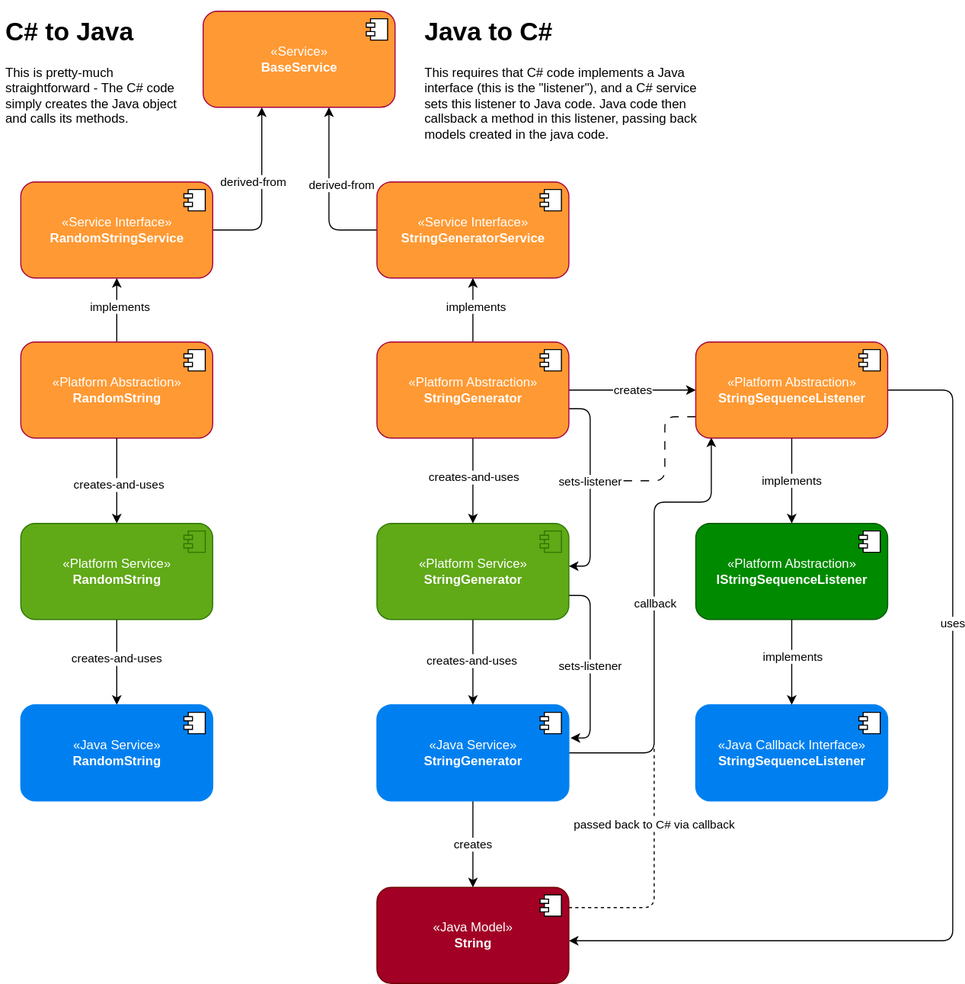
Above: img/arch.drawio.svg in arvindd/MauiAppJnilibSample (draw.io), before the change. Source tidied: cells renumbered, new cells last; positions are measured from the earlier drawing's top-left corner, leaving out a move shared by most shapes.
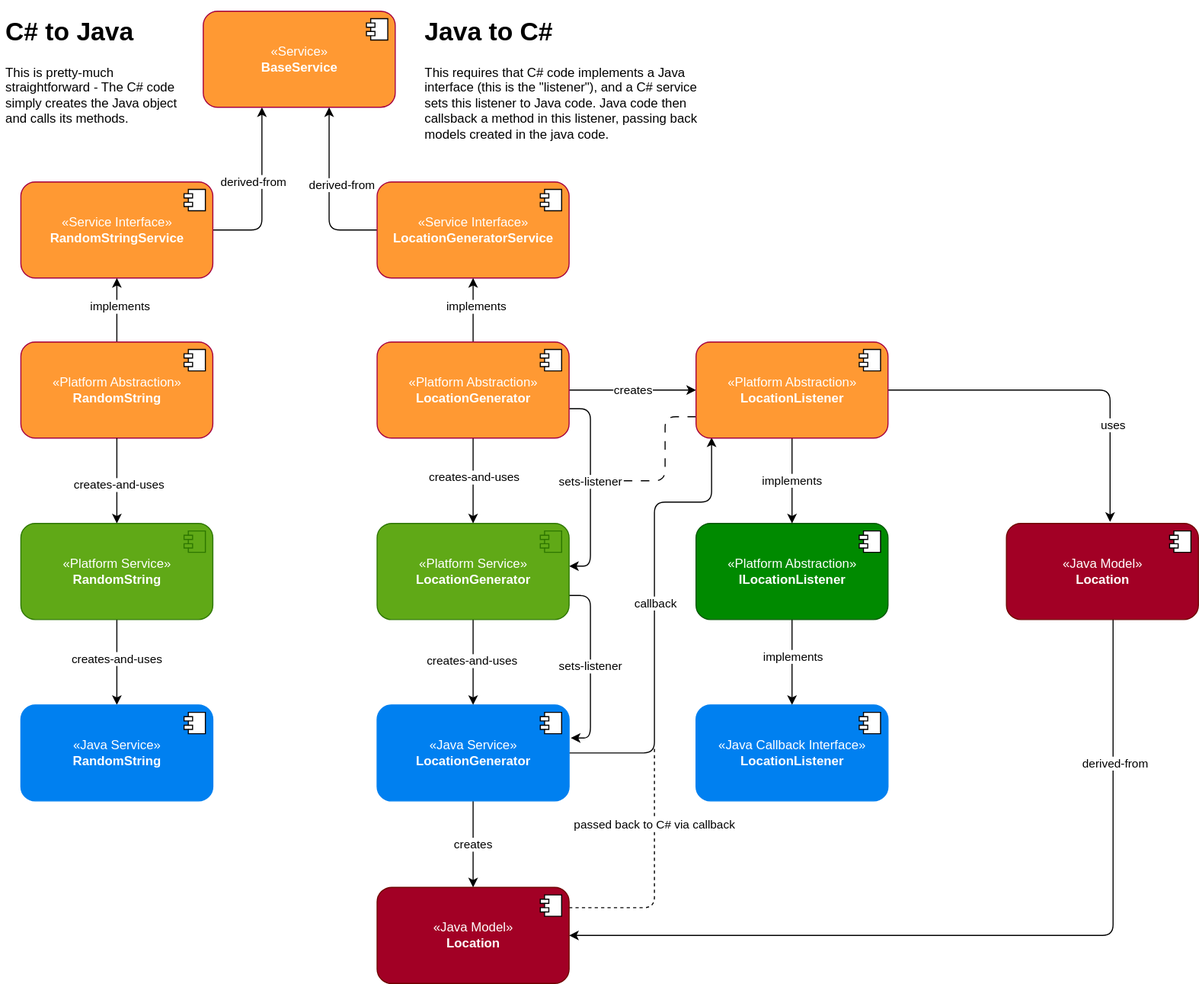
The same file after the commit.

Commit message:
Changed architecture diagram to reflect Location generation.

Change to the diagram source:
```diff
@@ -89,7 +89,7 @@
         <mxPoint x="12" as="offset" />
       </mxGeometry>
     </mxCell>
-    <mxCell id="22" value="«Service Interface»&lt;br&gt;&lt;b&gt;StringGeneratorService&lt;/b&gt;" style="html=1;fillColor=#FF9933;fontColor=#ffffff;strokeColor=#A50040;rounded=1;" parent="1" vertex="1">
+    <mxCell id="22" value="«Service Interface»&lt;br&gt;&lt;b&gt;LocationGeneratorService&lt;/b&gt;" style="html=1;fillColor=#FF9933;fontColor=#ffffff;strokeColor=#A50040;rounded=1;" parent="1" vertex="1">
       <mxGeometry x="353" y="160" width="180" height="90" as="geometry" />
     </mxCell>
     <mxCell id="23" style="shape=module;jettyWidth=8;jettyHeight=4;rounded=1;" parent="22" vertex="1">
@@ -125,7 +125,7 @@
         <mxPoint y="1" as="offset" />
       </mxGeometry>
     </mxCell>
-    <mxCell id="30" value="«Platform Abstraction»&lt;br&gt;&lt;b&gt;StringGenerator&lt;/b&gt;" style="html=1;fillColor=#FF9933;fontColor=#ffffff;strokeColor=#A50040;rounded=1;" parent="1" vertex="1">
+    <mxCell id="30" value="«Platform Abstraction»&lt;br&gt;&lt;b&gt;LocationGenerator&lt;/b&gt;" style="html=1;fillColor=#FF9933;fontColor=#ffffff;strokeColor=#A50040;rounded=1;" parent="1" vertex="1">
       <mxGeometry x="353" y="310" width="180" height="90" as="geometry" />
     </mxCell>
     <mxCell id="31" style="shape=module;jettyWidth=8;jettyHeight=4;rounded=1;" parent="30" vertex="1">
@@ -150,7 +150,7 @@
     <mxCell id="34" value="creates" style="edgeStyle=orthogonalEdgeStyle;rounded=1;jettySize=auto;html=1;entryX=0.5;entryY=0;entryDx=0;entryDy=0;startArrow=none;startFill=0;endArrow=classic;endFill=1;" parent="1" edge="1" source="35" target="54">
       <mxGeometry relative="1" as="geometry" />
     </mxCell>
-    <mxCell id="35" value="«Java Service»&lt;br&gt;&lt;b&gt;StringGenerator&lt;/b&gt;" style="html=1;fillColor=#0080F0;fontColor=#ffffff;strokeColor=#0080F0;rounded=1;" parent="1" vertex="1">
+    <mxCell id="35" value="«Java Service»&lt;br&gt;&lt;b&gt;LocationGenerator&lt;/b&gt;" style="html=1;fillColor=#0080F0;fontColor=#ffffff;strokeColor=#0080F0;rounded=1;" parent="1" vertex="1">
       <mxGeometry x="353" y="650" width="180" height="90" as="geometry" />
     </mxCell>
     <mxCell id="36" style="shape=module;jettyWidth=8;jettyHeight=4;rounded=1;" parent="35" vertex="1">
@@ -158,7 +158,7 @@
         <mxPoint x="-27" y="7" as="offset" />
       </mxGeometry>
     </mxCell>
-    <mxCell id="37" value="«Java Callback Interface»&lt;br&gt;&lt;b&gt;StringSequenceListener&lt;/b&gt;" style="html=1;fillColor=#0080F0;fontColor=#ffffff;strokeColor=#0080F0;rounded=1;" parent="1" vertex="1">
+    <mxCell id="37" value="«Java Callback Interface»&lt;br&gt;&lt;b&gt;LocationListener&lt;/b&gt;" style="html=1;fillColor=#0080F0;fontColor=#ffffff;strokeColor=#0080F0;rounded=1;" parent="1" vertex="1">
       <mxGeometry x="652" y="650" width="180" height="90" as="geometry" />
     </mxCell>
     <mxCell id="38" style="shape=module;jettyWidth=8;jettyHeight=4;rounded=1;" parent="37" vertex="1">
@@ -182,7 +182,7 @@
         </Array>
       </mxGeometry>
     </mxCell>
-    <mxCell id="42" value="«Platform Service»&lt;br&gt;&lt;b&gt;StringGenerator&lt;/b&gt;" style="html=1;fillColor=#60a917;fontColor=#ffffff;strokeColor=#2D7600;rounded=1;" parent="1" vertex="1">
+    <mxCell id="42" value="«Platform Service»&lt;br&gt;&lt;b&gt;LocationGenerator&lt;/b&gt;" style="html=1;fillColor=#60a917;fontColor=#ffffff;strokeColor=#2D7600;rounded=1;" parent="1" vertex="1">
       <mxGeometry x="353" y="480" width="180" height="90" as="geometry" />
     </mxCell>
     <mxCell id="43" style="shape=module;jettyWidth=8;jettyHeight=4;rounded=1;fillColor=#60a917;fontColor=#ffffff;strokeColor=#2D7600;" parent="42" vertex="1">
@@ -198,7 +198,7 @@
         <mxPoint y="5" as="offset" />
       </mxGeometry>
     </mxCell>
-    <mxCell id="46" value="«Platform Abstraction»&lt;br&gt;&lt;b&gt;IStringSequenceListener&lt;/b&gt;" style="html=1;fillColor=#008a00;fontColor=#ffffff;strokeColor=#005700;rounded=1;" parent="1" vertex="1">
+    <mxCell id="46" value="«Platform Abstraction»&lt;br&gt;&lt;b&gt;ILocationListener&lt;/b&gt;" style="html=1;fillColor=#008a00;fontColor=#ffffff;strokeColor=#005700;rounded=1;" parent="1" vertex="1">
       <mxGeometry x="652" y="480" width="180" height="90" as="geometry" />
     </mxCell>
     <mxCell id="47" style="shape=module;jettyWidth=8;jettyHeight=4;rounded=1;" parent="46" vertex="1">
@@ -218,15 +218,13 @@
         </Array>
       </mxGeometry>
     </mxCell>
+    <mxCell id="58" style="edgeStyle=orthogonalEdgeStyle;rounded=1;jettySize=auto;html=1;entryX=0.54;entryY=-0.016;entryDx=0;entryDy=0;entryPerimeter=0;" parent="1" edge="1" source="51" target="61">
+      <mxGeometry relative="1" as="geometry" />
+    </mxCell>
-    <mxCell id="50" value="uses" style="edgeStyle=orthogonalEdgeStyle;rounded=1;jettySize=auto;html=1;entryX=1;entryY=0.556;entryDx=0;entryDy=0;startArrow=none;startFill=0;endArrow=classic;endFill=1;entryPerimeter=0;" parent="1" edge="1" source="51" target="54">
-      <mxGeometry x="-0.4" relative="1" as="geometry">
-        <Array as="points">
-          <mxPoint x="893" y="355" />
-          <mxPoint x="893" y="871" />
-        </Array>
-      </mxGeometry>
+    <mxCell id="50" value="uses" style="edgeLabel;html=1;align=center;verticalAlign=middle;" parent="58" vertex="1">
+      <mxGeometry x="0.45" y="2" relative="1" as="geometry" />
     </mxCell>
-    <mxCell id="51" value="«Platform Abstraction»&lt;br&gt;&lt;b&gt;StringSequenceListener&lt;/b&gt;" style="html=1;fillColor=#FF9933;fontColor=#ffffff;strokeColor=#A50040;rounded=1;" parent="1" vertex="1">
+    <mxCell id="51" value="«Platform Abstraction»&lt;br&gt;&lt;b&gt;LocationListener&lt;/b&gt;" style="html=1;fillColor=#FF9933;fontColor=#ffffff;strokeColor=#A50040;rounded=1;" parent="1" vertex="1">
       <mxGeometry x="652" y="310" width="180" height="90" as="geometry" />
     </mxCell>
     <mxCell id="52" style="shape=module;jettyWidth=8;jettyHeight=4;rounded=1;" parent="51" vertex="1">
@@ -242,7 +240,7 @@
         </Array>
       </mxGeometry>
     </mxCell>
-    <mxCell id="54" value="«Java Model»&lt;br&gt;&lt;b&gt;String&lt;/b&gt;" style="html=1;fillColor=#a20025;fontColor=#ffffff;strokeColor=#6F0000;rounded=1;" parent="1" vertex="1">
+    <mxCell id="54" value="«Java Model»&lt;br&gt;&lt;b&gt;Location&lt;/b&gt;" style="html=1;fillColor=#a20025;fontColor=#ffffff;strokeColor=#6F0000;rounded=1;" parent="1" vertex="1">
       <mxGeometry x="353" y="821" width="180" height="90" as="geometry" />
     </mxCell>
     <mxCell id="55" style="shape=module;jettyWidth=8;jettyHeight=4;rounded=1;" parent="54" vertex="1">
@@ -256,5 +254,23 @@
     <mxCell id="57" value="&lt;h1&gt;Java to C#&lt;/h1&gt;&lt;p&gt;This requires that C# code implements a Java interface (this is the &quot;listener&quot;), and a C# service sets this listener to Java code. Java code then callsback a method in this listener, passing back models created in the java code.&lt;/p&gt;" style="text;html=1;strokeColor=none;fillColor=none;spacing=5;spacingTop=-20;whiteSpace=wrap;overflow=hidden;rounded=0;" parent="1" vertex="1">
       <mxGeometry x="393" width="270" height="130" as="geometry" />
     </mxCell>
+    <mxCell id="59" style="edgeStyle=orthogonalEdgeStyle;rounded=1;jettySize=auto;html=1;entryX=1;entryY=0.5;entryDx=0;entryDy=0;" parent="1" edge="1" source="61" target="54">
+      <mxGeometry relative="1" as="geometry">
+        <Array as="points">
+          <mxPoint x="1043" y="866" />
+        </Array>
+      </mxGeometry>
+    </mxCell>
+    <mxCell id="60" value="derived-from" style="edgeLabel;html=1;align=center;verticalAlign=middle;" parent="59" vertex="1">
+      <mxGeometry x="-0.67" y="1" relative="1" as="geometry" />
+    </mxCell>
+    <mxCell id="61" value="«Java Model»&lt;br&gt;&lt;b&gt;Location&lt;/b&gt;" style="html=1;fillColor=#a20025;fontColor=#ffffff;strokeColor=#6F0000;rounded=1;" parent="1" vertex="1">
+      <mxGeometry x="943" y="480" width="180" height="90" as="geometry" />
+    </mxCell>
+    <mxCell id="62" style="shape=module;jettyWidth=8;jettyHeight=4;rounded=1;" parent="61" vertex="1">
+      <mxGeometry x="1" width="20" height="20" relative="1" as="geometry">
+        <mxPoint x="-27" y="7" as="offset" />
+      </mxGeometry>
+    </mxCell>
   </root>
 </mxGraphModel>
```
